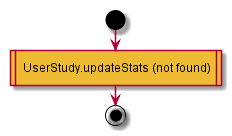
Above: test2/diagrams/Vocabulary.POST.updateVocabularyResults.png in MaxXx1313/testwiki (PlantUML), before the change.
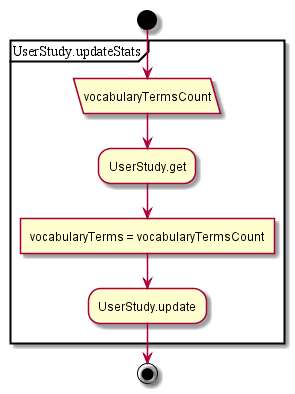
After the change.

Change to the diagram source:
```diff
@@ -1,5 +1,10 @@
 @startuml
 start
-#eebb33: UserStudy.updateStats (not found)|
+partition UserStudy.updateStats {
+:vocabularyTermsCount/
+:UserStudy.get;
+:vocabularyTerms = vocabularyTermsCount]
+:UserStudy.update;
+}
 end;
 @enduml
```
